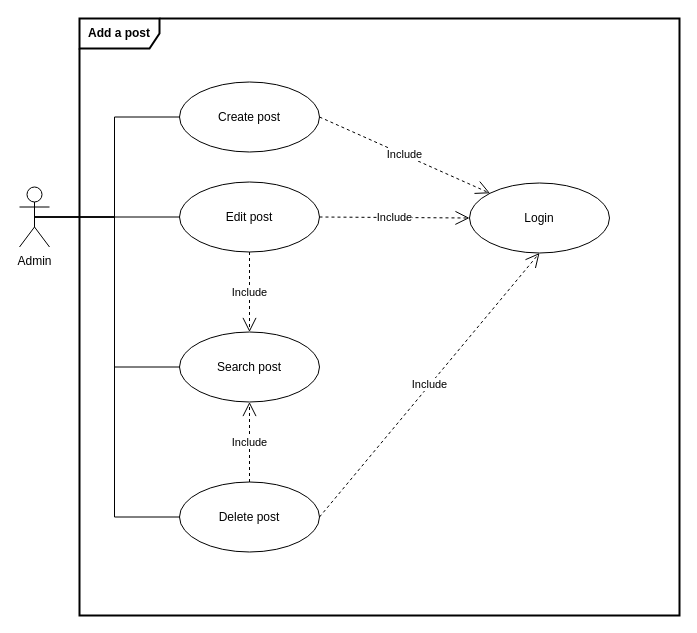
Earlier version of the draw.io diagram page "1-Use case - Add a post" (1 of 7) of Cas d'utilisations.drawio (klaxurit/JuncaHugo_5_24012022). Source tidied: cells renumbered, new cells numbered last; positions are measured from the earlier drawing's top-left corner, leaving out a move shared by most shapes. Both pictures are drawn from the tidied source at 100%, with x=0, y=0 at pixel (19, 18).
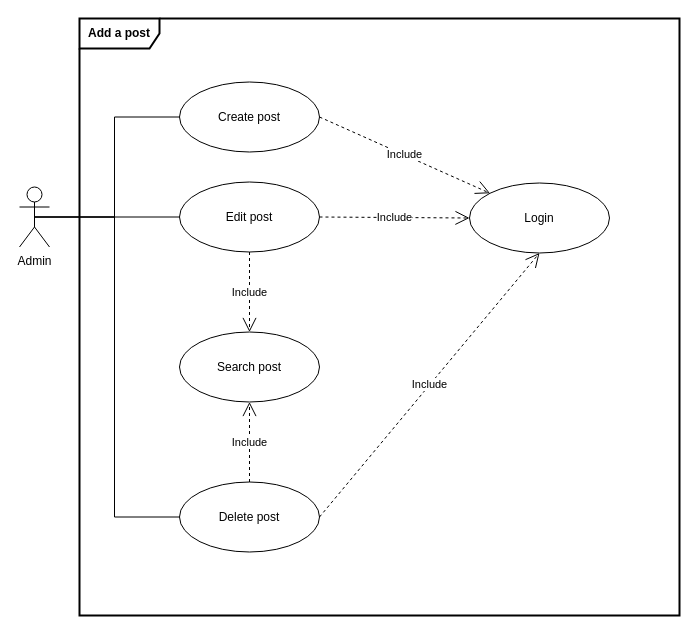
The same diagram, later.

What changed in the source:
```diff
@@
 <mxGraphModel>
   <root>
     <mxCell id="0" />
     <mxCell id="1" parent="0" />
     <mxCell id="2" value="&lt;b&gt;Add a post&lt;/b&gt;" style="shape=umlFrame;whiteSpace=wrap;html=1;strokeWidth=2;width=80;height=30;" parent="1" vertex="1">
       <mxGeometry x="60" width="600" height="597" as="geometry" />
     </mxCell>
     <mxCell id="3" value="Admin" style="shape=umlActor;verticalLabelPosition=bottom;verticalAlign=top;html=1;" parent="1" vertex="1">
       <mxGeometry y="168.5" width="30" height="60" as="geometry" />
     </mxCell>
     <mxCell id="4" value="Create post" style="ellipse;whiteSpace=wrap;html=1;" parent="1" vertex="1">
       <mxGeometry x="160" y="63.5" width="140" height="70" as="geometry" />
     </mxCell>
     <mxCell id="5" value="Edit post" style="ellipse;whiteSpace=wrap;html=1;" parent="1" vertex="1">
       <mxGeometry x="160" y="163.5" width="140" height="70" as="geometry" />
     </mxCell>
     <mxCell id="6" value="Delete post" style="ellipse;whiteSpace=wrap;html=1;" parent="1" vertex="1">
       <mxGeometry x="160" y="463.5" width="140" height="70" as="geometry" />
     </mxCell>
     <mxCell id="7" value="Login" style="ellipse;whiteSpace=wrap;html=1;" parent="1" vertex="1">
       <mxGeometry x="450" y="164.5" width="140" height="70" as="geometry" />
     </mxCell>
     <mxCell id="8" style="endArrow=none;html=1;rounded=0;exitX=0.5;exitY=0.5;exitDx=0;exitDy=0;exitPerimeter=0;entryX=0;entryY=0.5;entryDx=0;entryDy=0;" parent="1" edge="1" source="3" target="5">
       <mxGeometry relative="1" as="geometry" />
     </mxCell>
     <mxCell id="9" style="endArrow=none;html=1;rounded=0;exitX=0.5;exitY=0.5;exitDx=0;exitDy=0;exitPerimeter=0;entryX=0;entryY=0.5;entryDx=0;entryDy=0;edgeStyle=orthogonalEdgeStyle;" parent="1" edge="1" source="3" target="4">
       <mxGeometry relative="1" as="geometry" />
     </mxCell>
     <mxCell id="10" style="endArrow=none;html=1;rounded=0;exitX=0.5;exitY=0.5;exitDx=0;exitDy=0;exitPerimeter=0;entryX=0;entryY=0.5;entryDx=0;entryDy=0;edgeStyle=orthogonalEdgeStyle;" parent="1" edge="1" source="3" target="6">
       <mxGeometry relative="1" as="geometry" />
     </mxCell>
     <mxCell id="11" value="Include" style="endArrow=open;endSize=12;dashed=1;html=1;rounded=0;endFill=0;entryX=0.5;entryY=1;entryDx=0;entryDy=0;exitX=1;exitY=0.5;exitDx=0;exitDy=0;" parent="1" edge="1" source="6" target="7">
       <mxGeometry relative="1" as="geometry" />
     </mxCell>
     <mxCell id="12" value="Include" style="endArrow=open;endSize=12;dashed=1;html=1;rounded=0;endFill=0;entryX=0;entryY=0.5;entryDx=0;entryDy=0;exitX=1;exitY=0.5;exitDx=0;exitDy=0;" parent="1" edge="1" source="5" target="7">
       <mxGeometry relative="1" as="geometry" />
     </mxCell>
     <mxCell id="13" value="Include" style="endArrow=open;endSize=12;dashed=1;html=1;rounded=0;endFill=0;entryX=0;entryY=0;entryDx=0;entryDy=0;exitX=1;exitY=0.5;exitDx=0;exitDy=0;" parent="1" edge="1" source="4" target="7">
       <mxGeometry relative="1" as="geometry" />
     </mxCell>
     <mxCell id="14" value="Search post" style="ellipse;whiteSpace=wrap;html=1;" parent="1" vertex="1">
       <mxGeometry x="160" y="313.5" width="140" height="70" as="geometry" />
     </mxCell>
-    <mxCell id="15" style="endArrow=none;html=1;rounded=0;exitX=0.5;exitY=0.5;exitDx=0;exitDy=0;exitPerimeter=0;entryX=0;entryY=0.5;entryDx=0;entryDy=0;edgeStyle=orthogonalEdgeStyle;" parent="1" edge="1" source="3" target="14">
-      <mxGeometry relative="1" as="geometry" />
-    </mxCell>
     <mxCell id="16" value="Include" style="endArrow=open;endSize=12;dashed=1;html=1;rounded=0;endFill=0;entryX=0.5;entryY=0;entryDx=0;entryDy=0;exitX=0.5;exitY=1;exitDx=0;exitDy=0;" parent="1" edge="1" source="5" target="14">
       <mxGeometry relative="1" as="geometry" />
     </mxCell>
     <mxCell id="17" value="Include" style="endArrow=open;endSize=12;dashed=1;html=1;rounded=0;endFill=0;entryX=0.5;entryY=1;entryDx=0;entryDy=0;exitX=0.5;exitY=0;exitDx=0;exitDy=0;" parent="1" edge="1" source="6" target="14">
       <mxGeometry relative="1" as="geometry" />
     </mxCell>
   </root>
 </mxGraphModel>
```
